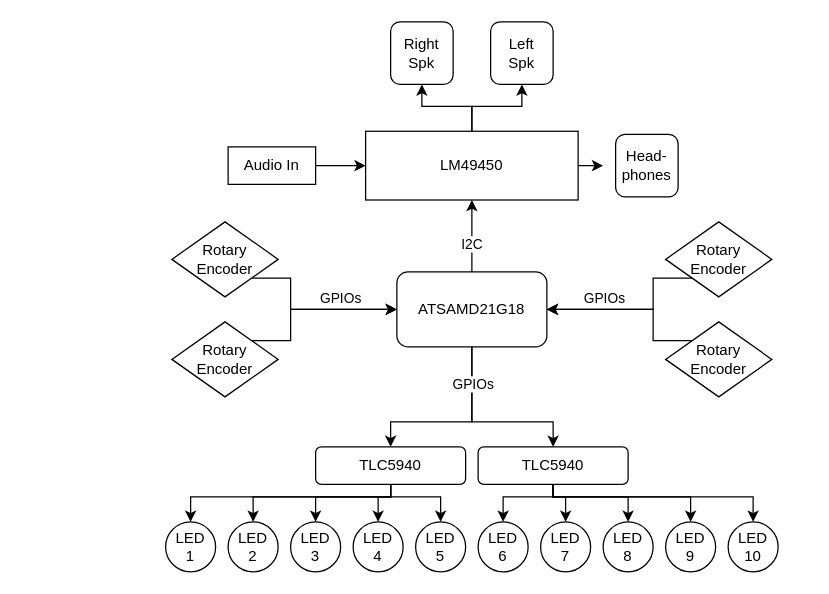
The draw.io diagram ArchitectureOverview.drawio in amohideen99/TheVolumeMixer, before the edit. Source tidied: cells renumbered, new cells numbered last; positions are measured from the earlier drawing's top-left corner, leaving out a move shared by most shapes. Both pictures are drawn from the tidied source at 125%, with x=0, y=0 at pixel (165, 21).
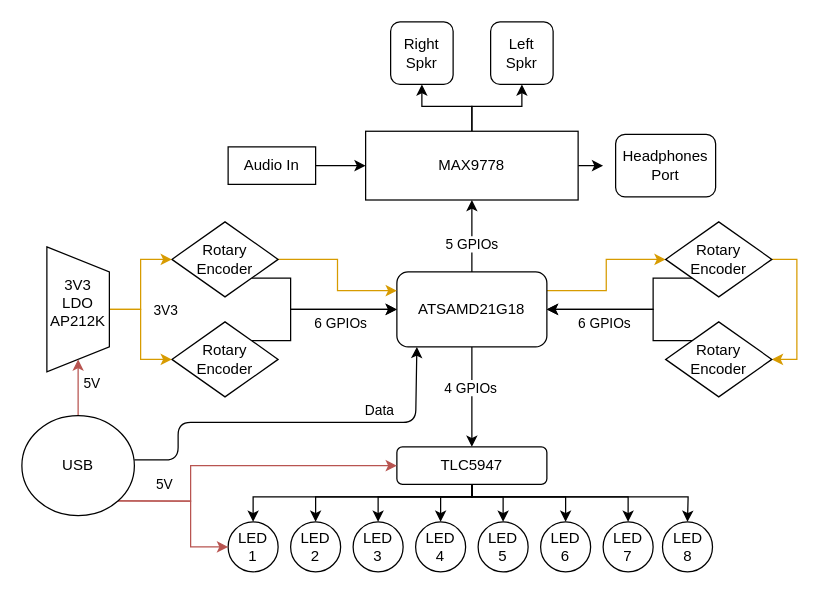
The same diagram, later.

Unchanged cells that the change refers to:
```xml
<mxCell id="13" style="edgeStyle=orthogonalEdgeStyle;rounded=0;jettySize=auto;html=1;exitX=0.5;exitY=0;exitDx=0;exitDy=0;entryX=0.5;entryY=1;entryDx=0;entryDy=0;" parent="1" edge="1" source="15" target="7">
  <mxGeometry relative="1" as="geometry" />
</mxCell>
<mxCell id="15" value="ATSAMD21G18" style="rounded=1;whiteSpace=wrap;html=1;" parent="1" vertex="1">
  <mxGeometry x="185" y="200" width="120" height="60" as="geometry" />
</mxCell>
<mxCell id="39" value="Rotary&lt;br&gt;Encoder" style="rhombus;whiteSpace=wrap;html=1;" parent="1" vertex="1">
  <mxGeometry x="5" y="160" width="85" height="60" as="geometry" />
</mxCell>
<mxCell id="40" style="edgeStyle=orthogonalEdgeStyle;rounded=0;jettySize=auto;html=1;exitX=1;exitY=0;exitDx=0;exitDy=0;entryX=0;entryY=0.5;entryDx=0;entryDy=0;" parent="1" edge="1" source="42" target="15">
  <mxGeometry relative="1" as="geometry">
    <Array as="points">
      <mxPoint x="100" y="255" />
      <mxPoint x="100" y="230" />
    </Array>
  </mxGeometry>
</mxCell>
<mxCell id="42" value="Rotary&lt;br&gt;Encoder" style="rhombus;whiteSpace=wrap;html=1;" parent="1" vertex="1">
  <mxGeometry x="5" y="240" width="85" height="60" as="geometry" />
</mxCell>
<mxCell id="44" value="Rotary&lt;br&gt;Encoder" style="rhombus;whiteSpace=wrap;html=1;" parent="1" vertex="1">
  <mxGeometry x="400" y="160" width="85" height="60" as="geometry" />
</mxCell>
<mxCell id="45" style="edgeStyle=orthogonalEdgeStyle;rounded=0;jettySize=auto;html=1;exitX=0;exitY=0;exitDx=0;exitDy=0;entryX=1;entryY=0.5;entryDx=0;entryDy=0;" parent="1" edge="1" source="47" target="15">
  <mxGeometry relative="1" as="geometry">
    <Array as="points">
      <mxPoint x="390" y="255" />
      <mxPoint x="390" y="230" />
    </Array>
  </mxGeometry>
</mxCell>
<mxCell id="47" value="Rotary&lt;br&gt;Encoder" style="rhombus;whiteSpace=wrap;html=1;" parent="1" vertex="1">
  <mxGeometry x="400" y="240" width="85" height="60" as="geometry" />
</mxCell>
```

What changed in the source:
```diff
@@
-    <mxCell id="7" value="LM49450" style="rounded=0;whiteSpace=wrap;html=1;" parent="1" vertex="1">
+    <mxCell id="7" value="MAX9778" style="rounded=0;whiteSpace=wrap;html=1;" parent="1" vertex="1">
       <mxGeometry x="160" y="87.5" width="170" height="55" as="geometry" />
     </mxCell>
-    <mxCell id="8" value="Right Spk" style="rounded=1;whiteSpace=wrap;html=1;" parent="1" vertex="1">
+    <mxCell id="8" value="Right Spkr" style="rounded=1;whiteSpace=wrap;html=1;" parent="1" vertex="1">
       <mxGeometry x="180" width="50" height="50" as="geometry" />
     </mxCell>
-    <mxCell id="9" value="Head-phones" style="rounded=1;whiteSpace=wrap;html=1;" parent="1" vertex="1">
-      <mxGeometry x="360" y="90" width="50" height="50" as="geometry" />
+    <mxCell id="9" value="Headphones&lt;br&gt;Port" style="rounded=1;whiteSpace=wrap;html=1;" parent="1" vertex="1">
+      <mxGeometry x="360" y="90" width="80" height="50" as="geometry" />
     </mxCell>
     <mxCell id="10" style="edgeStyle=orthogonalEdgeStyle;rounded=0;jettySize=auto;html=1;exitX=0.5;exitY=1;exitDx=0;exitDy=0;entryX=0.5;entryY=0;entryDx=0;entryDy=0;" parent="1" edge="1" source="15" target="21">
       <mxGeometry relative="1" as="geometry">
         <Array as="points">
-          <mxPoint x="245" y="320" />
-          <mxPoint x="180" y="320" />
+          <mxPoint x="245" y="330" />
+          <mxPoint x="245" y="330" />
         </Array>
       </mxGeometry>
     </mxCell>
-    <mxCell id="11" style="edgeStyle=orthogonalEdgeStyle;rounded=0;jettySize=auto;html=1;exitX=0.5;exitY=1;exitDx=0;exitDy=0;" parent="1" edge="1" source="15" target="27">
-      <mxGeometry relative="1" as="geometry">
-        <Array as="points">
-          <mxPoint x="245" y="320" />
-          <mxPoint x="310" y="320" />
-        </Array>
-      </mxGeometry>
-    </mxCell>
-    <mxCell id="12" value="GPIOs" style="edgeLabel;html=1;align=center;verticalAlign=middle;" parent="11" vertex="1">
-      <mxGeometry x="-0.28" y="-2" relative="1" as="geometry">
-        <mxPoint x="2" y="-22.6" as="offset" />
-      </mxGeometry>
-    </mxCell>
+    <mxCell id="49" value="4 GPIOs" style="edgeLabel;html=1;align=center;verticalAlign=middle;" parent="10" vertex="1">
+      <mxGeometry x="-0.21" y="-2" relative="1" as="geometry" />
+    </mxCell>
@@
-    <mxCell id="14" value="I2C" style="edgeLabel;html=1;align=center;verticalAlign=middle;" parent="13" vertex="1">
+    <mxCell id="14" value="5 GPIOs" style="edgeLabel;html=1;align=center;verticalAlign=middle;" parent="13" vertex="1">
       <mxGeometry x="-0.2" y="1" relative="1" as="geometry" />
     </mxCell>
+    <mxCell id="50" style="edgeStyle=orthogonalEdgeStyle;rounded=0;jettySize=auto;html=1;exitX=1;exitY=0.25;exitDx=0;exitDy=0;entryX=0;entryY=0.5;entryDx=0;entryDy=0;fontColor=#000000;fillColor=#ffe6cc;strokeColor=#d79b00;" parent="1" edge="1" source="15" target="44">
+      <mxGeometry relative="1" as="geometry" />
+    </mxCell>
@@
     <mxCell id="16" style="edgeStyle=orthogonalEdgeStyle;rounded=0;jettySize=auto;html=1;exitX=0.5;exitY=1;exitDx=0;exitDy=0;entryX=0.5;entryY=0;entryDx=0;entryDy=0;" parent="1" edge="1" source="21" target="28">
       <mxGeometry relative="1" as="geometry">
         <Array as="points">
-          <mxPoint x="180" y="380" />
-          <mxPoint x="20" y="380" />
+          <mxPoint x="245" y="380" />
+          <mxPoint x="70" y="380" />
         </Array>
       </mxGeometry>
     </mxCell>
     <mxCell id="17" style="edgeStyle=orthogonalEdgeStyle;rounded=0;jettySize=auto;html=1;exitX=0.5;exitY=1;exitDx=0;exitDy=0;entryX=0.5;entryY=0;entryDx=0;entryDy=0;" parent="1" edge="1" source="21" target="29">
       <mxGeometry relative="1" as="geometry">
         <Array as="points">
-          <mxPoint x="180" y="380" />
-          <mxPoint x="70" y="380" />
+          <mxPoint x="245" y="380" />
+          <mxPoint x="120" y="380" />
         </Array>
       </mxGeometry>
     </mxCell>
     <mxCell id="18" style="edgeStyle=orthogonalEdgeStyle;rounded=0;jettySize=auto;html=1;exitX=0.5;exitY=1;exitDx=0;exitDy=0;entryX=0.5;entryY=0;entryDx=0;entryDy=0;" parent="1" edge="1" source="21" target="30">
       <mxGeometry relative="1" as="geometry">
         <Array as="points">
-          <mxPoint x="180" y="380" />
-          <mxPoint x="120" y="380" />
+          <mxPoint x="245" y="380" />
+          <mxPoint x="170" y="380" />
         </Array>
       </mxGeometry>
     </mxCell>
     <mxCell id="19" style="edgeStyle=orthogonalEdgeStyle;rounded=0;jettySize=auto;html=1;exitX=0.5;exitY=1;exitDx=0;exitDy=0;entryX=0.5;entryY=0;entryDx=0;entryDy=0;" parent="1" edge="1" source="21" target="33">
       <mxGeometry relative="1" as="geometry">
         <Array as="points">
-          <mxPoint x="180" y="380" />
-          <mxPoint x="170" y="380" />
+          <mxPoint x="245" y="380" />
+          <mxPoint x="220" y="380" />
         </Array>
       </mxGeometry>
     </mxCell>
-    <mxCell id="20" style="edgeStyle=orthogonalEdgeStyle;rounded=0;jettySize=auto;html=1;exitX=0.5;exitY=1;exitDx=0;exitDy=0;entryX=0.5;entryY=0;entryDx=0;entryDy=0;" parent="1" edge="1" source="21" target="34">
+    <mxCell id="20" style="edgeStyle=orthogonalEdgeStyle;rounded=0;jettySize=auto;html=1;exitX=0.5;exitY=1;exitDx=0;exitDy=0;" parent="1" edge="1" source="21" target="34">
       <mxGeometry relative="1" as="geometry">
         <Array as="points">
-          <mxPoint x="180" y="380" />
-          <mxPoint x="220" y="380" />
+          <mxPoint x="245" y="380" />
+          <mxPoint x="270" y="380" />
         </Array>
       </mxGeometry>
     </mxCell>
+    <mxCell id="51" style="edgeStyle=orthogonalEdgeStyle;rounded=0;jettySize=auto;html=1;exitX=0.5;exitY=1;exitDx=0;exitDy=0;entryX=0.5;entryY=0;entryDx=0;entryDy=0;" parent="1" edge="1" source="21" target="35">
+      <mxGeometry relative="1" as="geometry">
+        <Array as="points">
+          <mxPoint x="245" y="380" />
+          <mxPoint x="320" y="380" />
+        </Array>
+      </mxGeometry>
+    </mxCell>
+    <mxCell id="52" style="edgeStyle=orthogonalEdgeStyle;rounded=0;jettySize=auto;html=1;exitX=0.5;exitY=1;exitDx=0;exitDy=0;entryX=0.5;entryY=0;entryDx=0;entryDy=0;" parent="1" edge="1" source="21" target="32">
+      <mxGeometry relative="1" as="geometry">
+        <Array as="points">
+          <mxPoint x="245" y="380" />
+          <mxPoint x="370" y="380" />
+        </Array>
+      </mxGeometry>
+    </mxCell>
+    <mxCell id="53" style="edgeStyle=orthogonalEdgeStyle;rounded=0;jettySize=auto;html=1;exitX=0.5;exitY=1;exitDx=0;exitDy=0;" parent="1" edge="1" source="21" target="31">
+      <mxGeometry relative="1" as="geometry">
+        <Array as="points">
+          <mxPoint x="245" y="380" />
+          <mxPoint x="418" y="380" />
+        </Array>
+      </mxGeometry>
+    </mxCell>
-    <mxCell id="21" value="TLC5940" style="rounded=1;whiteSpace=wrap;html=1;" parent="1" vertex="1">
-      <mxGeometry x="120" y="340" width="120" height="30" as="geometry" />
+    <mxCell id="21" value="TLC5947" style="rounded=1;whiteSpace=wrap;html=1;" parent="1" vertex="1">
+      <mxGeometry x="185" y="340" width="120" height="30" as="geometry" />
     </mxCell>
-    <mxCell id="22" style="edgeStyle=orthogonalEdgeStyle;rounded=0;jettySize=auto;html=1;exitX=0.5;exitY=1;exitDx=0;exitDy=0;entryX=0.5;entryY=0;entryDx=0;entryDy=0;" parent="1" edge="1" source="27" target="35">
-      <mxGeometry relative="1" as="geometry">
-        <Array as="points">
-          <mxPoint x="310" y="380" />
-          <mxPoint x="270" y="380" />
-        </Array>
-      </mxGeometry>
-    </mxCell>
-    <mxCell id="23" style="edgeStyle=orthogonalEdgeStyle;rounded=0;jettySize=auto;html=1;exitX=0.5;exitY=1;exitDx=0;exitDy=0;entryX=0.5;entryY=0;entryDx=0;entryDy=0;" parent="1" edge="1" source="27" target="32">
-      <mxGeometry relative="1" as="geometry">
-        <Array as="points">
-          <mxPoint x="310" y="380" />
-          <mxPoint x="320" y="380" />
-        </Array>
-      </mxGeometry>
-    </mxCell>
-    <mxCell id="24" style="edgeStyle=orthogonalEdgeStyle;rounded=0;jettySize=auto;html=1;exitX=0.5;exitY=1;exitDx=0;exitDy=0;entryX=0.5;entryY=0;entryDx=0;entryDy=0;" parent="1" edge="1" source="27" target="31">
-      <mxGeometry relative="1" as="geometry">
-        <Array as="points">
-          <mxPoint x="310" y="380" />
-          <mxPoint x="370" y="380" />
-        </Array>
-      </mxGeometry>
-    </mxCell>
-    <mxCell id="25" style="edgeStyle=orthogonalEdgeStyle;rounded=0;jettySize=auto;html=1;exitX=0.5;exitY=1;exitDx=0;exitDy=0;entryX=0.5;entryY=0;entryDx=0;entryDy=0;" parent="1" edge="1" source="27" target="36">
-      <mxGeometry relative="1" as="geometry">
-        <Array as="points">
-          <mxPoint x="310" y="380" />
-          <mxPoint x="420" y="380" />
-        </Array>
-      </mxGeometry>
-    </mxCell>
-    <mxCell id="26" style="edgeStyle=orthogonalEdgeStyle;rounded=0;jettySize=auto;html=1;exitX=0.5;exitY=1;exitDx=0;exitDy=0;" parent="1" edge="1" source="27">
-      <mxGeometry relative="1" as="geometry">
-        <mxPoint x="470" y="400" as="targetPoint" />
-        <Array as="points">
-          <mxPoint x="310" y="380" />
-          <mxPoint x="470" y="380" />
-          <mxPoint x="470" y="400" />
-        </Array>
-      </mxGeometry>
-    </mxCell>
-    <mxCell id="27" value="TLC5940" style="rounded=1;whiteSpace=wrap;html=1;" parent="1" vertex="1">
-      <mxGeometry x="250" y="340" width="120" height="30" as="geometry" />
-    </mxCell>
     <mxCell id="28" value="LED&lt;br&gt;1" style="ellipse;whiteSpace=wrap;html=1;" parent="1" vertex="1">
-      <mxGeometry y="400" width="40" height="40" as="geometry" />
+      <mxGeometry x="50" y="400" width="40" height="40" as="geometry" />
     </mxCell>
     <mxCell id="29" value="LED&lt;br&gt;2" style="ellipse;whiteSpace=wrap;html=1;" parent="1" vertex="1">
-      <mxGeometry x="50" y="400" width="40" height="40" as="geometry" />
+      <mxGeometry x="100" y="400" width="40" height="40" as="geometry" />
     </mxCell>
     <mxCell id="30" value="LED&lt;br&gt;3" style="ellipse;whiteSpace=wrap;html=1;" parent="1" vertex="1">
-      <mxGeometry x="100" y="400" width="40" height="40" as="geometry" />
+      <mxGeometry x="150" y="400" width="40" height="40" as="geometry" />
     </mxCell>
-    <mxCell id="31" value="LED&lt;br&gt;8" style="ellipse;whiteSpace=wrap;html=1;" parent="1" vertex="1">
-      <mxGeometry x="350" y="400" width="40" height="40" as="geometry" />
-    </mxCell>
     <mxCell id="32" value="LED&lt;br&gt;7" style="ellipse;whiteSpace=wrap;html=1;" parent="1" vertex="1">
-      <mxGeometry x="300" y="400" width="40" height="40" as="geometry" />
+      <mxGeometry x="350" y="400" width="40" height="40" as="geometry" />
     </mxCell>
     <mxCell id="33" value="LED&lt;br&gt;4" style="ellipse;whiteSpace=wrap;html=1;" parent="1" vertex="1">
-      <mxGeometry x="150" y="400" width="40" height="40" as="geometry" />
+      <mxGeometry x="200" y="400" width="40" height="40" as="geometry" />
     </mxCell>
     <mxCell id="34" value="LED&lt;br&gt;5" style="ellipse;whiteSpace=wrap;html=1;" parent="1" vertex="1">
-      <mxGeometry x="200" y="400" width="40" height="40" as="geometry" />
+      <mxGeometry x="250" y="400" width="40" height="40" as="geometry" />
     </mxCell>
     <mxCell id="35" value="LED&lt;br&gt;6" style="ellipse;whiteSpace=wrap;html=1;" parent="1" vertex="1">
-      <mxGeometry x="250" y="400" width="40" height="40" as="geometry" />
+      <mxGeometry x="300" y="400" width="40" height="40" as="geometry" />
     </mxCell>
-    <mxCell id="36" value="LED&lt;br&gt;9" style="ellipse;whiteSpace=wrap;html=1;" parent="1" vertex="1">
-      <mxGeometry x="400" y="400" width="40" height="40" as="geometry" />
-    </mxCell>
-    <mxCell id="37" value="LED&lt;br&gt;10" style="ellipse;whiteSpace=wrap;html=1;" parent="1" vertex="1">
-      <mxGeometry x="450" y="400" width="40" height="40" as="geometry" />
-    </mxCell>
@@
+    <mxCell id="54" style="edgeStyle=orthogonalEdgeStyle;rounded=0;jettySize=auto;html=1;exitX=1;exitY=0.5;exitDx=0;exitDy=0;entryX=0;entryY=0.25;entryDx=0;entryDy=0;fontColor=#000000;fillColor=#ffe6cc;strokeColor=#d79b00;" parent="1" edge="1" source="39" target="15">
+      <mxGeometry relative="1" as="geometry" />
+    </mxCell>
@@
-    <mxCell id="41" value="GPIOs" style="edgeLabel;html=1;align=center;verticalAlign=middle;" parent="40" vertex="1">
+    <mxCell id="41" value="6 GPIOs" style="edgeLabel;html=1;align=center;verticalAlign=middle;" parent="40" vertex="1">
       <mxGeometry x="0.26" y="2" relative="1" as="geometry">
-        <mxPoint x="7.1" y="-8" as="offset" />
+        <mxPoint x="7.2" y="12" as="offset" />
       </mxGeometry>
     </mxCell>
@@
+    <mxCell id="55" style="edgeStyle=orthogonalEdgeStyle;rounded=0;jettySize=auto;html=1;exitX=1;exitY=0.5;exitDx=0;exitDy=0;entryX=1;entryY=0.5;entryDx=0;entryDy=0;fontColor=#000000;fillColor=#ffe6cc;strokeColor=#d79b00;" parent="1" edge="1" source="44" target="47">
+      <mxGeometry relative="1" as="geometry" />
+    </mxCell>
@@
-    <mxCell id="46" value="GPIOs" style="edgeLabel;html=1;align=center;verticalAlign=middle;" parent="45" vertex="1">
+    <mxCell id="46" value="6 GPIOs" style="edgeLabel;html=1;align=center;verticalAlign=middle;" parent="45" vertex="1">
       <mxGeometry x="0.62" relative="1" as="geometry">
-        <mxPoint x="18" y="-10" as="offset" />
+        <mxPoint x="18" y="10" as="offset" />
       </mxGeometry>
     </mxCell>
@@
-    <mxCell id="48" value="Left&lt;br&gt;Spk" style="rounded=1;whiteSpace=wrap;html=1;" parent="1" vertex="1">
+    <mxCell id="48" value="Left&lt;br&gt;Spkr" style="rounded=1;whiteSpace=wrap;html=1;" parent="1" vertex="1">
       <mxGeometry x="260" width="50" height="50" as="geometry" />
     </mxCell>
+    <mxCell id="31" value="LED&lt;br&gt;8" style="ellipse;whiteSpace=wrap;html=1;" parent="1" vertex="1">
+      <mxGeometry x="397.5" y="400" width="40" height="40" as="geometry" />
+    </mxCell>
+    <mxCell id="56" style="edgeStyle=orthogonalEdgeStyle;rounded=0;jettySize=auto;html=1;exitX=0.5;exitY=0;exitDx=0;exitDy=0;entryX=0;entryY=0.5;entryDx=0;entryDy=0;fontColor=#000000;fillColor=#ffe6cc;strokeColor=#d79b00;" parent="1" edge="1" source="59" target="39">
+      <mxGeometry relative="1" as="geometry">
+        <Array as="points">
+          <mxPoint x="-20" y="230" />
+          <mxPoint x="-20" y="190" />
+        </Array>
+      </mxGeometry>
+    </mxCell>
+    <mxCell id="57" style="edgeStyle=orthogonalEdgeStyle;rounded=0;jettySize=auto;html=1;exitX=0.5;exitY=0;exitDx=0;exitDy=0;entryX=0;entryY=0.5;entryDx=0;entryDy=0;fontColor=#000000;fillColor=#ffe6cc;strokeColor=#d79b00;" parent="1" edge="1" source="59" target="42">
+      <mxGeometry relative="1" as="geometry">
+        <Array as="points">
+          <mxPoint x="-20" y="230" />
+          <mxPoint x="-20" y="270" />
+        </Array>
+      </mxGeometry>
+    </mxCell>
+    <mxCell id="58" value="3V3" style="edgeLabel;html=1;align=center;verticalAlign=middle;fontColor=#000000;" parent="57" vertex="1">
+      <mxGeometry x="-0.46" relative="1" as="geometry">
+        <mxPoint x="20.7" as="offset" />
+      </mxGeometry>
+    </mxCell>
+    <mxCell id="59" style="shape=trapezoid;perimeter=trapezoidPerimeter;whiteSpace=wrap;html=1;fixedSize=1;rotation=90;" parent="1" vertex="1">
+      <mxGeometry x="-120" y="205" width="100" height="50" as="geometry" />
+    </mxCell>
+    <mxCell id="60" style="edgeStyle=orthogonalEdgeStyle;rounded=0;jettySize=auto;html=1;exitX=1;exitY=1;exitDx=0;exitDy=0;entryX=0;entryY=0.5;entryDx=0;entryDy=0;fillColor=#f8cecc;strokeColor=#b85450;" parent="1" edge="1" source="65" target="21">
+      <mxGeometry relative="1" as="geometry">
+        <Array as="points">
+          <mxPoint x="20" y="383" />
+          <mxPoint x="20" y="355" />
+        </Array>
+      </mxGeometry>
+    </mxCell>
+    <mxCell id="61" style="edgeStyle=orthogonalEdgeStyle;rounded=0;jettySize=auto;html=1;exitX=1;exitY=1;exitDx=0;exitDy=0;entryX=0;entryY=0.5;entryDx=0;entryDy=0;fillColor=#f8cecc;strokeColor=#b85450;" parent="1" edge="1" source="65" target="28">
+      <mxGeometry relative="1" as="geometry">
+        <Array as="points">
+          <mxPoint x="20" y="383" />
+          <mxPoint x="20" y="420" />
+        </Array>
+      </mxGeometry>
+    </mxCell>
+    <mxCell id="62" value="5V" style="edgeLabel;html=1;align=center;verticalAlign=middle;" parent="61" vertex="1">
+      <mxGeometry x="-0.41" y="-2" relative="1" as="geometry">
+        <mxPoint y="-15.4" as="offset" />
+      </mxGeometry>
+    </mxCell>
+    <mxCell id="63" style="edgeStyle=orthogonalEdgeStyle;rounded=0;jettySize=auto;html=1;exitX=0.5;exitY=0;exitDx=0;exitDy=0;fontColor=#000000;fillColor=#f8cecc;strokeColor=#b85450;" parent="1" edge="1" source="65" target="59">
+      <mxGeometry relative="1" as="geometry" />
+    </mxCell>
+    <mxCell id="64" value="5V" style="edgeLabel;html=1;align=center;verticalAlign=middle;fontColor=#000000;" parent="63" vertex="1">
+      <mxGeometry x="0.74" relative="1" as="geometry">
+        <mxPoint x="10" y="11.7" as="offset" />
+      </mxGeometry>
+    </mxCell>
+    <mxCell id="65" value="USB" style="ellipse;whiteSpace=wrap;html=1;" parent="1" vertex="1">
+      <mxGeometry x="-115" y="315" width="90" height="80" as="geometry" />
+    </mxCell>
+    <mxCell id="66" style="endArrow=classic;html=1;entryX=0.133;entryY=0.994;entryDx=0;entryDy=0;entryPerimeter=0;" parent="1" edge="1">
+      <mxGeometry relative="1" as="geometry">
+        <mxPoint x="-25" y="350.4" as="sourcePoint" />
+        <mxPoint x="201" y="260" as="targetPoint" />
+        <Array as="points">
+          <mxPoint x="10" y="350.4" />
+          <mxPoint x="10" y="320.4" />
+          <mxPoint x="140" y="320.4" />
+          <mxPoint x="200" y="320.4" />
+        </Array>
+      </mxGeometry>
+    </mxCell>
+    <mxCell id="67" value="Data" style="edgeLabel;html=1;align=center;verticalAlign=middle;" parent="66" vertex="1">
+      <mxGeometry x="0.62" relative="1" as="geometry">
+        <mxPoint x="-30" y="-10" as="offset" />
+      </mxGeometry>
+    </mxCell>
+    <mxCell id="68" value="3V3 LDO&lt;br&gt;AP212K" style="text;html=1;strokeColor=none;fillColor=none;align=center;verticalAlign=middle;whiteSpace=wrap;rounded=0;fontColor=#000000;" parent="1" vertex="1">
+      <mxGeometry x="-90" y="215" width="40" height="20" as="geometry" />
+    </mxCell>
```
